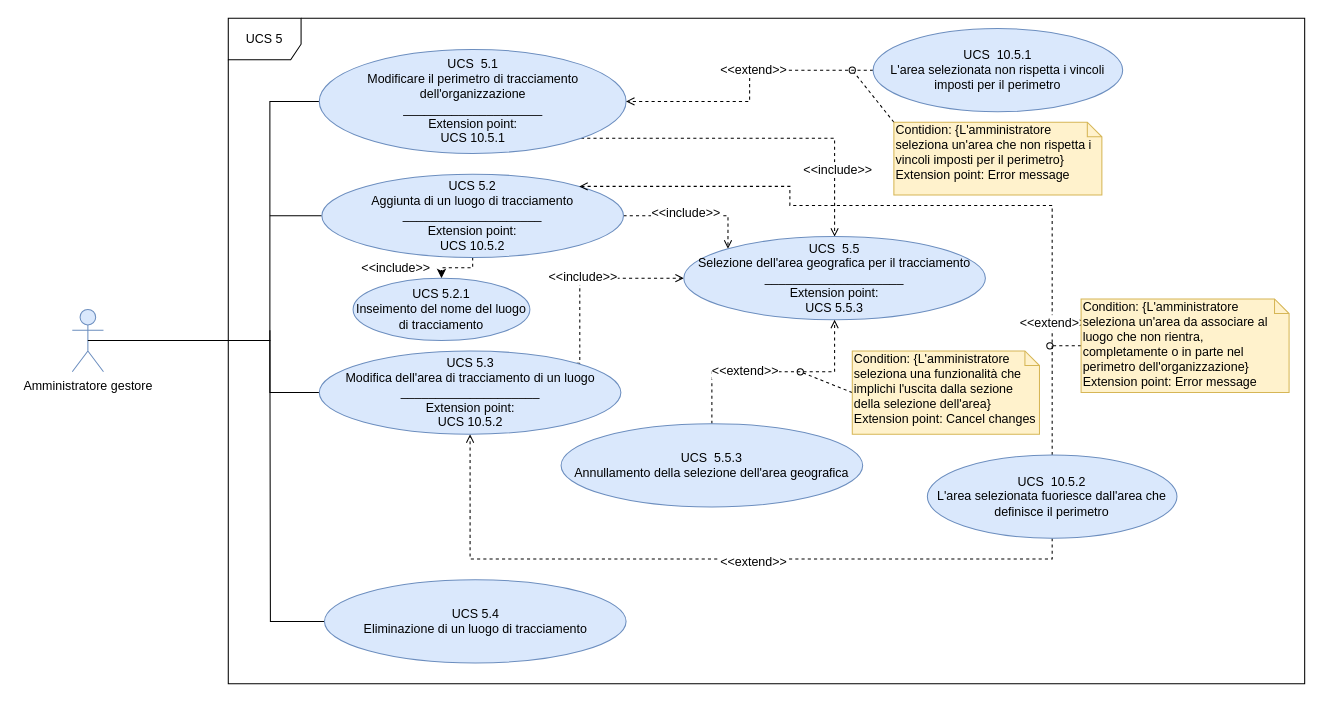
qb-team/Stalker-Documentazione keeps this draw.io diagram as DocumentazioneEsterna/AnalisiDeiRequisiti/Sezioni/UseCase/draw.io/UC SERVER/UCS5.drawio. Above is the earlier version. Source tidied: cells renumbered, new cells numbered last; positions are measured from the earlier drawing's top-left corner, leaving out a move shared by most shapes. Both pictures are drawn from the tidied source at 104%, with x=0, y=0 at pixel (72, 18).
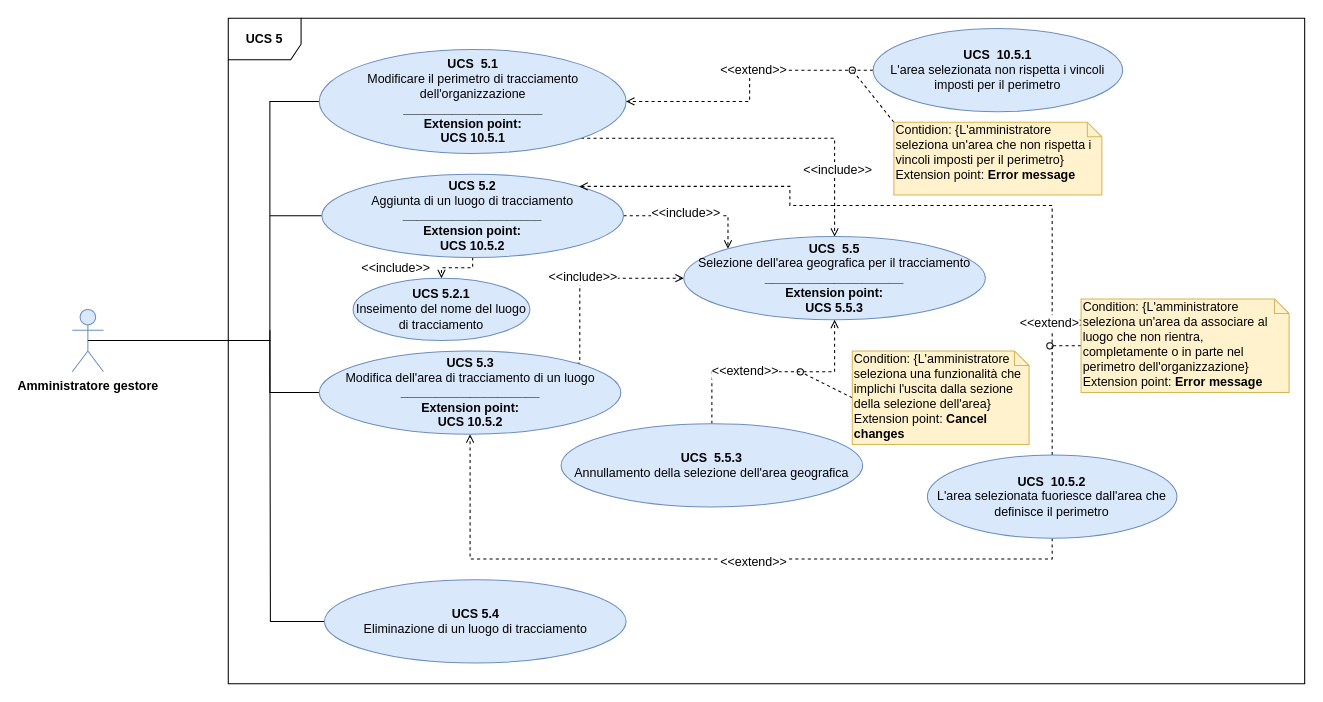
After the change.

Diff of the diagram source:
```diff
@@
-    <mxCell id="3" value="Amministratore gestore" style="shape=umlActor;verticalLabelPosition=bottom;labelBackgroundColor=#ffffff;verticalAlign=top;html=1;outlineConnect=0;fillColor=#dae8fc;strokeColor=#6c8ebf;" parent="1" vertex="1">
+    <mxCell id="3" value="&lt;b&gt;Amministratore gestore&lt;/b&gt;" style="shape=umlActor;verticalLabelPosition=bottom;labelBackgroundColor=#ffffff;verticalAlign=top;html=1;outlineConnect=0;fillColor=#dae8fc;strokeColor=#6c8ebf;" parent="1" vertex="1">
       <mxGeometry y="280" width="30" height="60" as="geometry" />
     </mxCell>
-    <mxCell id="4" value="UCS 5" style="shape=umlFrame;whiteSpace=wrap;html=1;width=70;height=40;" parent="1" vertex="1">
+    <mxCell id="4" value="&lt;b&gt;UCS 5&lt;/b&gt;" style="shape=umlFrame;whiteSpace=wrap;html=1;width=70;height=40;" parent="1" vertex="1">
       <mxGeometry x="150" width="1035" height="640" as="geometry" />
     </mxCell>
@@
-    <mxCell id="7" value="UCS&amp;nbsp; 5.1&lt;br&gt;Modificare il perimetro di tracciamento dell'organizzazione&lt;br&gt;____________________&lt;br&gt;Extension point:&lt;br&gt;UCS 10.5.1" style="ellipse;whiteSpace=wrap;html=1;fillColor=#dae8fc;strokeColor=#6c8ebf;" parent="1" vertex="1">
+    <mxCell id="7" value="&lt;b&gt;UCS&amp;nbsp; 5.1&lt;br&gt;&lt;/b&gt;Modificare il perimetro di tracciamento dell'organizzazione&lt;br&gt;&lt;b&gt;____________________&lt;/b&gt;&lt;br&gt;&lt;b&gt;Extension point:&lt;br&gt;UCS 10.5.1&lt;/b&gt;" style="ellipse;whiteSpace=wrap;html=1;fillColor=#dae8fc;strokeColor=#6c8ebf;" parent="1" vertex="1">
       <mxGeometry x="237.5" y="30" width="295" height="100" as="geometry" />
     </mxCell>
@@
-    <mxCell id="10" value="UCS&amp;nbsp; 10.5.1&lt;br&gt;L'area selezionata non rispetta i vincoli imposti per il perimetro" style="ellipse;whiteSpace=wrap;html=1;fillColor=#dae8fc;strokeColor=#6c8ebf;" parent="1" vertex="1">
+    <mxCell id="10" value="&lt;b&gt;UCS&amp;nbsp; 10.5.1&lt;br&gt;&lt;/b&gt;L'area selezionata non rispetta i vincoli imposti per il perimetro" style="ellipse;whiteSpace=wrap;html=1;fillColor=#dae8fc;strokeColor=#6c8ebf;" parent="1" vertex="1">
       <mxGeometry x="770" y="10" width="240" height="80" as="geometry" />
     </mxCell>
@@
-    <mxCell id="12" value="Contidion: {L'amministratore seleziona un'area che non rispetta i vincoli imposti per il perimetro}&lt;br&gt;Extension point: Error message" style="shape=note;whiteSpace=wrap;html=1;size=14;verticalAlign=top;align=left;spacingTop=-6;fillColor=#fff2cc;strokeColor=#d6b656;" parent="1" vertex="1">
+    <mxCell id="12" value="Contidion: {L'amministratore seleziona un'area che non rispetta i vincoli imposti per il perimetro}&lt;br&gt;Extension point: &lt;b&gt;Error message&lt;/b&gt;" style="shape=note;whiteSpace=wrap;html=1;size=14;verticalAlign=top;align=left;spacingTop=-6;fillColor=#fff2cc;strokeColor=#d6b656;" parent="1" vertex="1">
       <mxGeometry x="790" y="100" width="200" height="70" as="geometry" />
     </mxCell>
@@
-    <mxCell id="16" style="edgeStyle=orthogonalEdgeStyle;rounded=0;jettySize=auto;html=1;entryX=0.5;entryY=0;entryDx=0;entryDy=0;dashed=1;" parent="1" edge="1" source="17" target="37">
+    <mxCell id="16" style="edgeStyle=orthogonalEdgeStyle;rounded=0;jettySize=auto;html=1;entryX=0.5;entryY=0;entryDx=0;entryDy=0;dashed=1;endArrow=open;endFill=0;" parent="1" edge="1" source="17" target="37">
       <mxGeometry relative="1" as="geometry">
         <Array as="points">
           <mxPoint x="385" y="240" />
           <mxPoint x="355" y="240" />
         </Array>
       </mxGeometry>
     </mxCell>
-    <mxCell id="17" value="UCS 5.2&lt;br&gt;Aggiunta di un luogo di tracciamento&lt;br&gt;____________________&lt;br&gt;Extension point:&lt;br&gt;UCS 10.5.2" style="ellipse;whiteSpace=wrap;html=1;fillColor=#dae8fc;strokeColor=#6c8ebf;" parent="1" vertex="1">
+    <mxCell id="17" value="&lt;b&gt;UCS 5.2&lt;br&gt;&lt;/b&gt;Aggiunta di un luogo di tracciamento&lt;br&gt;&lt;b&gt;____________________&lt;br&gt;Extension point:&lt;br&gt;UCS 10.5.2&lt;/b&gt;" style="ellipse;whiteSpace=wrap;html=1;fillColor=#dae8fc;strokeColor=#6c8ebf;" parent="1" vertex="1">
       <mxGeometry x="240" y="150" width="290" height="80" as="geometry" />
     </mxCell>
@@
-    <mxCell id="22" value="UCS&amp;nbsp; 10.5.2&lt;br&gt;L'area selezionata fuoriesce dall'area che definisce il perimetro" style="ellipse;whiteSpace=wrap;html=1;fillColor=#dae8fc;strokeColor=#6c8ebf;" parent="1" vertex="1">
+    <mxCell id="22" value="&lt;b&gt;UCS&amp;nbsp; 10.5.2&lt;br&gt;&lt;/b&gt;L'area selezionata fuoriesce dall'area che definisce il perimetro" style="ellipse;whiteSpace=wrap;html=1;fillColor=#dae8fc;strokeColor=#6c8ebf;" parent="1" vertex="1">
       <mxGeometry x="822.2" y="420" width="240" height="80" as="geometry" />
     </mxCell>
@@
-    <mxCell id="24" value="Condition: {L'amministratore seleziona un'area da associare al luogo che non rientra, completamente o in parte nel perimetro dell'organizzazione}&lt;br&gt;Extension point: Error message" style="shape=note;whiteSpace=wrap;html=1;size=14;verticalAlign=top;align=left;spacingTop=-6;fillColor=#fff2cc;strokeColor=#d6b656;" parent="1" vertex="1">
+    <mxCell id="24" value="Condition: {L'amministratore seleziona un'area da associare al luogo che non rientra, completamente o in parte nel perimetro dell'organizzazione}&lt;br&gt;Extension point: &lt;b&gt;Error message&lt;/b&gt;" style="shape=note;whiteSpace=wrap;html=1;size=14;verticalAlign=top;align=left;spacingTop=-6;fillColor=#fff2cc;strokeColor=#d6b656;" parent="1" vertex="1">
       <mxGeometry x="970" y="270" width="200" height="90" as="geometry" />
     </mxCell>
@@
-    <mxCell id="28" value="UCS 5.3&lt;br&gt;Modifica dell'area di tracciamento di un luogo&lt;br&gt;____________________&lt;br&gt;Extension point:&lt;br&gt;UCS 10.5.2" style="ellipse;whiteSpace=wrap;html=1;fillColor=#dae8fc;strokeColor=#6c8ebf;" parent="1" vertex="1">
+    <mxCell id="28" value="&lt;b&gt;UCS 5.3&lt;br&gt;&lt;/b&gt;Modifica dell'area di tracciamento di un luogo&lt;br&gt;&lt;b&gt;____________________&lt;br&gt;Extension point:&lt;br&gt;UCS 10.5.2&lt;/b&gt;" style="ellipse;whiteSpace=wrap;html=1;fillColor=#dae8fc;strokeColor=#6c8ebf;" parent="1" vertex="1">
       <mxGeometry x="237.5" y="320" width="290" height="80" as="geometry" />
     </mxCell>
-    <mxCell id="29" value="UCS&amp;nbsp; 5.5&lt;br&gt;Selezione dell'area geografica per il tracciamento&lt;br&gt;____________________&lt;br&gt;Extension point:&lt;br&gt;UCS 5.5.3" style="ellipse;whiteSpace=wrap;html=1;fillColor=#dae8fc;strokeColor=#6c8ebf;" parent="1" vertex="1">
+    <mxCell id="29" value="&lt;b&gt;UCS&amp;nbsp; 5.5&lt;br&gt;&lt;/b&gt;Selezione dell'area geografica per il tracciamento&lt;br&gt;&lt;b&gt;____________________&lt;br&gt;Extension point:&lt;br&gt;UCS 5.5.3&lt;/b&gt;" style="ellipse;whiteSpace=wrap;html=1;fillColor=#dae8fc;strokeColor=#6c8ebf;" parent="1" vertex="1">
       <mxGeometry x="588" y="210" width="290" height="80" as="geometry" />
     </mxCell>
@@
-    <mxCell id="32" value="UCS&amp;nbsp; 5.5.3&lt;br&gt;Annullamento della selezione dell'area geografica" style="ellipse;whiteSpace=wrap;html=1;fillColor=#dae8fc;strokeColor=#6c8ebf;" parent="1" vertex="1">
+    <mxCell id="32" value="&lt;b&gt;UCS&amp;nbsp; 5.5.3&lt;br&gt;&lt;/b&gt;Annullamento della selezione dell'area geografica" style="ellipse;whiteSpace=wrap;html=1;fillColor=#dae8fc;strokeColor=#6c8ebf;" parent="1" vertex="1">
       <mxGeometry x="470" y="390" width="290" height="80" as="geometry" />
     </mxCell>
@@
-    <mxCell id="34" value="Condition: {L'amministratore seleziona una funzionalità che implichi l'uscita dalla sezione della selezione dell'area}&lt;br&gt;Extension point: Cancel changes" style="shape=note;whiteSpace=wrap;html=1;size=14;verticalAlign=top;align=left;spacingTop=-6;fillColor=#fff2cc;strokeColor=#d6b656;" parent="1" vertex="1">
-      <mxGeometry x="750" y="320" width="180" height="80" as="geometry" />
+    <mxCell id="34" value="Condition: {L'amministratore seleziona una funzionalità che implichi l'uscita dalla sezione della selezione dell'area}&lt;br&gt;Extension point: &lt;b&gt;Cancel changes&lt;/b&gt;" style="shape=note;whiteSpace=wrap;html=1;size=14;verticalAlign=top;align=left;spacingTop=-6;fillColor=#fff2cc;strokeColor=#d6b656;" parent="1" vertex="1">
+      <mxGeometry x="750" y="320" width="170" height="90" as="geometry" />
     </mxCell>
@@
-    <mxCell id="36" value="UCS 5.4&lt;br&gt;Eliminazione di un luogo di tracciamento" style="ellipse;whiteSpace=wrap;html=1;fillColor=#dae8fc;strokeColor=#6c8ebf;" parent="1" vertex="1">
+    <mxCell id="36" value="&lt;b&gt;UCS 5.4&lt;br&gt;&lt;/b&gt;Eliminazione di un luogo di tracciamento" style="ellipse;whiteSpace=wrap;html=1;fillColor=#dae8fc;strokeColor=#6c8ebf;" parent="1" vertex="1">
       <mxGeometry x="242.5" y="540" width="290" height="80" as="geometry" />
     </mxCell>
-    <mxCell id="37" value="UCS 5.2.1&lt;br&gt;Inseimento del nome del luogo di tracciamento" style="ellipse;whiteSpace=wrap;html=1;fillColor=#dae8fc;strokeColor=#6c8ebf;" parent="1" vertex="1">
+    <mxCell id="37" value="&lt;b&gt;UCS 5.2.1&lt;br&gt;&lt;/b&gt;Inseimento del nome del luogo di tracciamento" style="ellipse;whiteSpace=wrap;html=1;fillColor=#dae8fc;strokeColor=#6c8ebf;" parent="1" vertex="1">
       <mxGeometry x="270" y="250" width="170" height="60" as="geometry" />
     </mxCell>
```
